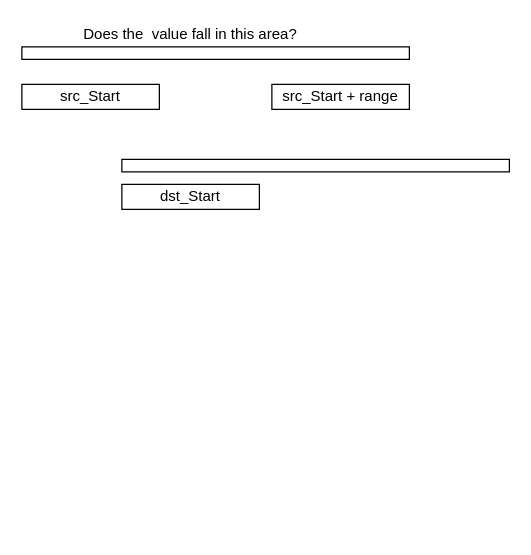
AlanHasty/AOC23 keeps this draw.io diagram as Untitled Diagram.drawio. Above is the earlier version. Source tidied: cells renumbered, new cells numbered last; positions are measured from the earlier drawing's top-left corner, leaving out a move shared by most shapes. Both pictures are drawn from the tidied source at 125%, with x=0, y=0 at pixel (21, 21).
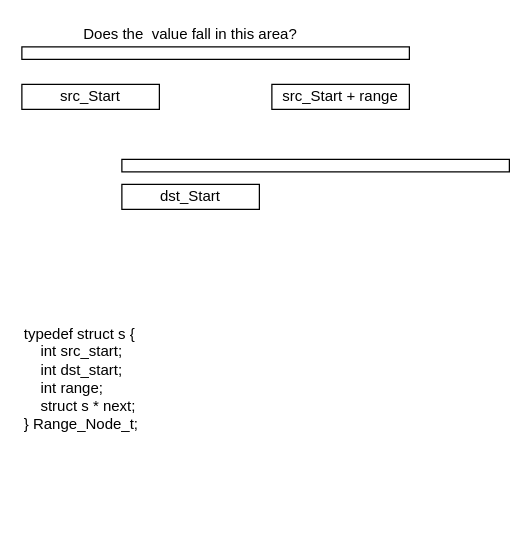
The same diagram, later.

Change to the diagram source:
```diff
@@
 <mxGraphModel>
   <root>
     <mxCell id="0" />
     <mxCell id="1" parent="0" />
     <mxCell id="2" value="src_Start" style="rounded=0;whiteSpace=wrap;html=1;" parent="1" vertex="1">
       <mxGeometry y="50" width="110" height="20" as="geometry" />
     </mxCell>
     <mxCell id="3" value="dst_Start" style="rounded=0;whiteSpace=wrap;html=1;" parent="1" vertex="1">
       <mxGeometry x="80" y="130" width="110" height="20" as="geometry" />
     </mxCell>
     <mxCell id="4" value="src_Start + range" style="rounded=0;whiteSpace=wrap;html=1;" parent="1" vertex="1">
       <mxGeometry x="200" y="50" width="110" height="20" as="geometry" />
     </mxCell>
     <mxCell id="5" style="rounded=0;whiteSpace=wrap;html=1;" parent="1" vertex="1">
       <mxGeometry y="20" width="310" height="10" as="geometry" />
     </mxCell>
     <mxCell id="6" value="Does the&amp;nbsp; value fall in this area?" style="text;html=1;align=center;verticalAlign=middle;whiteSpace=wrap;rounded=0;" parent="1" vertex="1">
       <mxGeometry x="20" width="230" height="20" as="geometry" />
     </mxCell>
     <mxCell id="7" style="rounded=0;whiteSpace=wrap;html=1;" parent="1" vertex="1">
       <mxGeometry x="80" y="110" width="310" height="10" as="geometry" />
     </mxCell>
+    <mxCell id="8" value="typedef struct s {&lt;div&gt;&amp;nbsp; &amp;nbsp; int src_start;&lt;/div&gt;&lt;div&gt;&amp;nbsp; &amp;nbsp; int dst_start;&lt;/div&gt;&lt;div&gt;&amp;nbsp; &amp;nbsp; int range;&lt;/div&gt;&lt;div&gt;&amp;nbsp; &amp;nbsp; struct s * next;&lt;br&gt;&lt;div&gt;} Range_Node_t;&lt;/div&gt;&lt;/div&gt;&lt;div&gt;&lt;br&gt;&lt;/div&gt;&lt;div&gt;&lt;br&gt;&lt;/div&gt;" style="text;html=1;align=left;verticalAlign=middle;whiteSpace=wrap;rounded=0;" parent="1" vertex="1">
+      <mxGeometry y="190" width="230" height="220" as="geometry" />
+    </mxCell>
   </root>
 </mxGraphModel>
```
